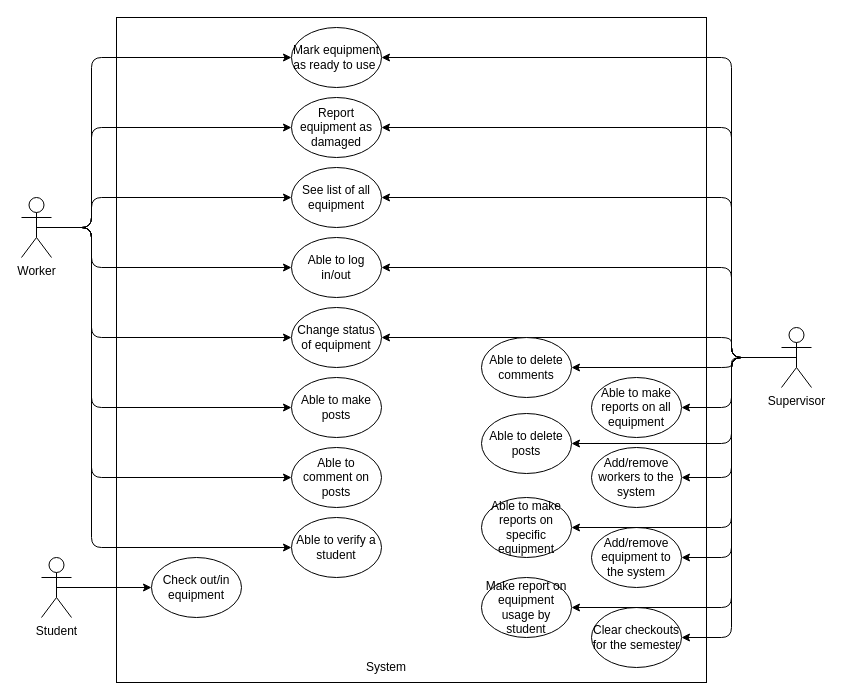
The draw.io diagram Final Presentation/Use Case Diagram Final.drawio in tdavis422/SeniorProject, before the edit. Source tidied: cells renumbered, new cells numbered last; positions are measured from the earlier drawing's top-left corner, leaving out a move shared by most shapes. Both pictures are drawn from the tidied source at 100%, with x=0, y=0 at pixel (21, 27).
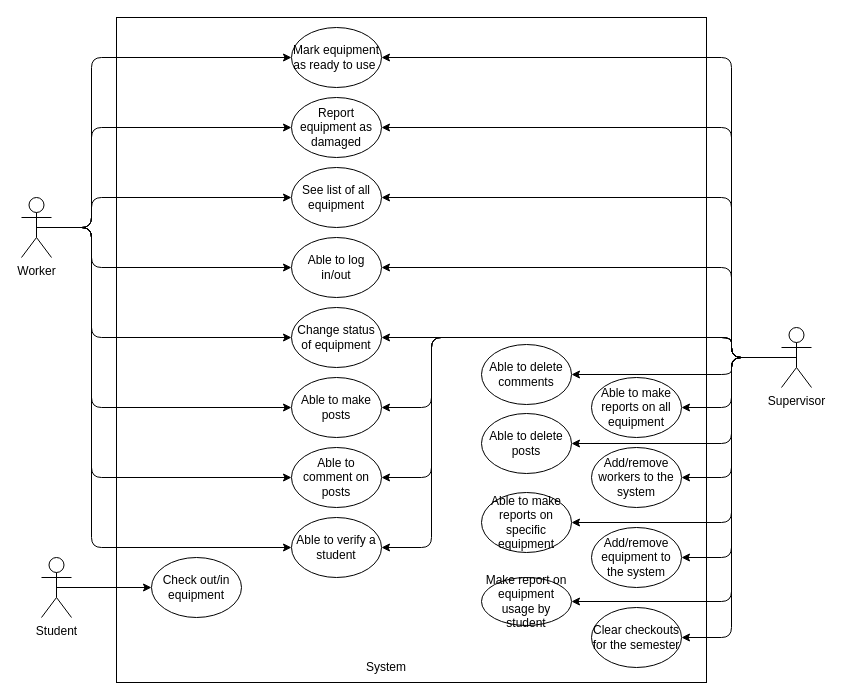
Above is the later version.

Commit message (it also covers changes not shown here):
use case diagram

The change refers to these unchanged cells:
```xml
<mxCell id="3" value="Supervisor" style="shape=umlActor;verticalLabelPosition=bottom;verticalAlign=top;html=1;outlineConnect=0;align=center;labelPosition=center;" parent="1" vertex="1">
  <mxGeometry x="760" y="300" width="30" height="60" as="geometry" />
</mxCell>
<mxCell id="27" value="Able to comment on posts" style="ellipse;whiteSpace=wrap;html=1;" parent="1" vertex="1">
  <mxGeometry x="270" y="420" width="90" height="60" as="geometry" />
</mxCell>
<mxCell id="28" value="Able to make posts" style="ellipse;whiteSpace=wrap;html=1;" parent="1" vertex="1">
  <mxGeometry x="270" y="350" width="90" height="60" as="geometry" />
</mxCell>
<mxCell id="37" value="Able to verify a student" style="ellipse;whiteSpace=wrap;html=1;" parent="1" vertex="1">
  <mxGeometry x="270" y="490" width="90" height="60" as="geometry" />
</mxCell>
```

What changed in the source:
```diff
@@
     <mxCell id="29" value="Able to delete comments" style="ellipse;whiteSpace=wrap;html=1;" parent="1" vertex="1">
-      <mxGeometry x="460" y="310" width="90" height="60" as="geometry" />
+      <mxGeometry x="460" y="317" width="90" height="60" as="geometry" />
     </mxCell>
@@
     <mxCell id="31" value="Able to make reports on specific equipment" style="ellipse;whiteSpace=wrap;html=1;" parent="1" vertex="1">
-      <mxGeometry x="460" y="470" width="90" height="60" as="geometry" />
+      <mxGeometry x="460" y="465" width="90" height="60" as="geometry" />
     </mxCell>
@@
     <mxCell id="33" value="Make report on equipment usage by student" style="ellipse;whiteSpace=wrap;html=1;" parent="1" vertex="1">
-      <mxGeometry x="460" y="550" width="90" height="60" as="geometry" />
+      <mxGeometry x="460" y="550" width="90" height="48" as="geometry" />
     </mxCell>
@@
     <mxCell id="38" style="endArrow=classic;html=1;fontSize=15;exitX=0.5;exitY=0.5;exitDx=0;exitDy=0;exitPerimeter=0;entryX=1;entryY=0.5;entryDx=0;entryDy=0;edgeStyle=orthogonalEdgeStyle;endFill=1;" parent="1" edge="1" source="3" target="29">
       <mxGeometry relative="1" as="geometry">
         <Array as="points">
           <mxPoint x="710" y="330" />
-          <mxPoint x="710" y="340" />
+          <mxPoint x="710" y="347" />
         </Array>
       </mxGeometry>
     </mxCell>
@@
     <mxCell id="40" style="endArrow=classic;html=1;fontSize=15;exitX=0.5;exitY=0.5;exitDx=0;exitDy=0;exitPerimeter=0;entryX=1;entryY=0.5;entryDx=0;entryDy=0;edgeStyle=orthogonalEdgeStyle;endFill=1;" parent="1" edge="1" source="3" target="31">
       <mxGeometry relative="1" as="geometry">
         <Array as="points">
           <mxPoint x="710" y="330" />
-          <mxPoint x="710" y="500" />
+          <mxPoint x="710" y="495" />
         </Array>
       </mxGeometry>
     </mxCell>
     <mxCell id="41" style="endArrow=classic;html=1;fontSize=15;exitX=0.5;exitY=0.5;exitDx=0;exitDy=0;exitPerimeter=0;entryX=1;entryY=0.5;entryDx=0;entryDy=0;edgeStyle=orthogonalEdgeStyle;endFill=1;" parent="1" edge="1" source="3" target="33">
       <mxGeometry relative="1" as="geometry">
         <Array as="points">
           <mxPoint x="710" y="330" />
-          <mxPoint x="710" y="580" />
+          <mxPoint x="710" y="574" />
         </Array>
       </mxGeometry>
     </mxCell>
@@
+    <mxCell id="46" style="endArrow=classic;html=1;fontSize=15;exitX=0.5;exitY=0.5;exitDx=0;exitDy=0;exitPerimeter=0;entryX=1;entryY=0.5;entryDx=0;entryDy=0;edgeStyle=orthogonalEdgeStyle;endFill=1;" parent="1" edge="1" source="3" target="28">
+      <mxGeometry relative="1" as="geometry">
+        <Array as="points">
+          <mxPoint x="710" y="330" />
+          <mxPoint x="710" y="310" />
+          <mxPoint x="410" y="310" />
+          <mxPoint x="410" y="380" />
+        </Array>
+      </mxGeometry>
+    </mxCell>
+    <mxCell id="47" style="endArrow=classic;html=1;fontSize=15;exitX=0.5;exitY=0.5;exitDx=0;exitDy=0;exitPerimeter=0;entryX=1;entryY=0.5;entryDx=0;entryDy=0;edgeStyle=orthogonalEdgeStyle;endFill=1;" parent="1" edge="1" source="3" target="27">
+      <mxGeometry relative="1" as="geometry">
+        <Array as="points">
+          <mxPoint x="710" y="330" />
+          <mxPoint x="710" y="310" />
+          <mxPoint x="410" y="310" />
+          <mxPoint x="410" y="450" />
+        </Array>
+      </mxGeometry>
+    </mxCell>
+    <mxCell id="48" style="endArrow=classic;html=1;fontSize=15;exitX=0.5;exitY=0.5;exitDx=0;exitDy=0;exitPerimeter=0;entryX=1;entryY=0.5;entryDx=0;entryDy=0;edgeStyle=orthogonalEdgeStyle;endFill=1;" parent="1" edge="1" source="3" target="37">
+      <mxGeometry relative="1" as="geometry">
+        <Array as="points">
+          <mxPoint x="710" y="330" />
+          <mxPoint x="710" y="310" />
+          <mxPoint x="410" y="310" />
+          <mxPoint x="410" y="520" />
+        </Array>
+      </mxGeometry>
+    </mxCell>
```
